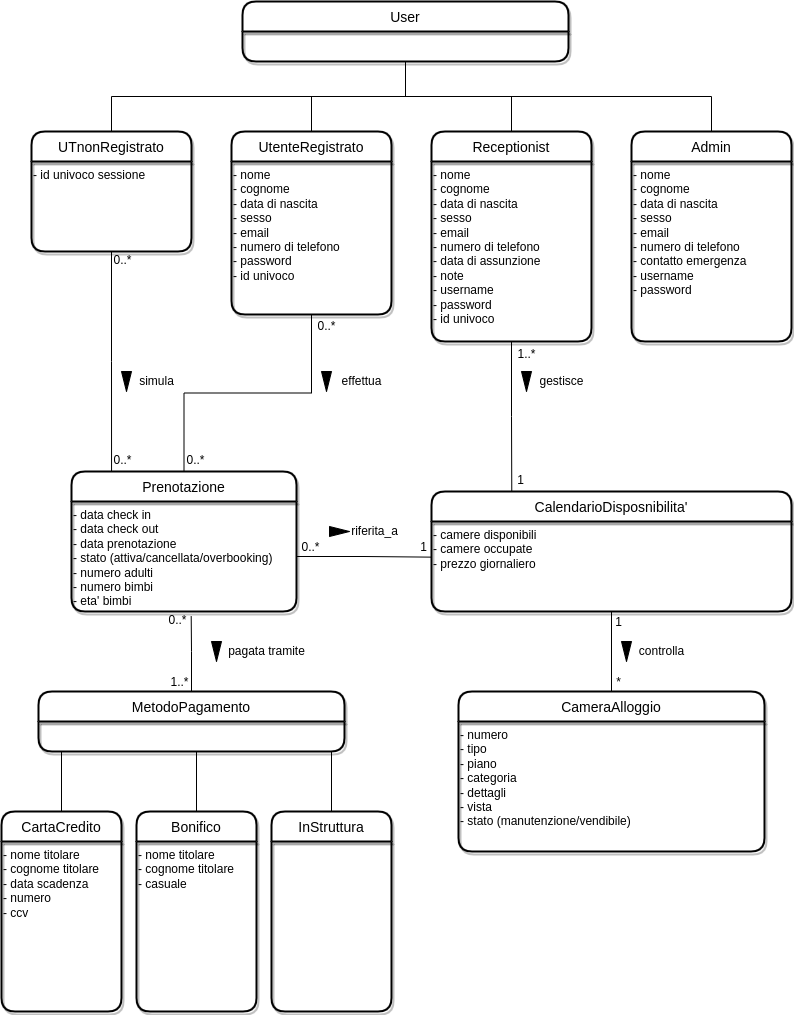
Earlier version of the draw.io export Documentazione/ModelloConcettuale2.drawio.png (riccardobeniamino/ProgWebGruppo3). Source tidied: cells renumbered, new cells last; positions are measured from the earlier drawing's top-left corner, leaving out a move shared by most shapes.
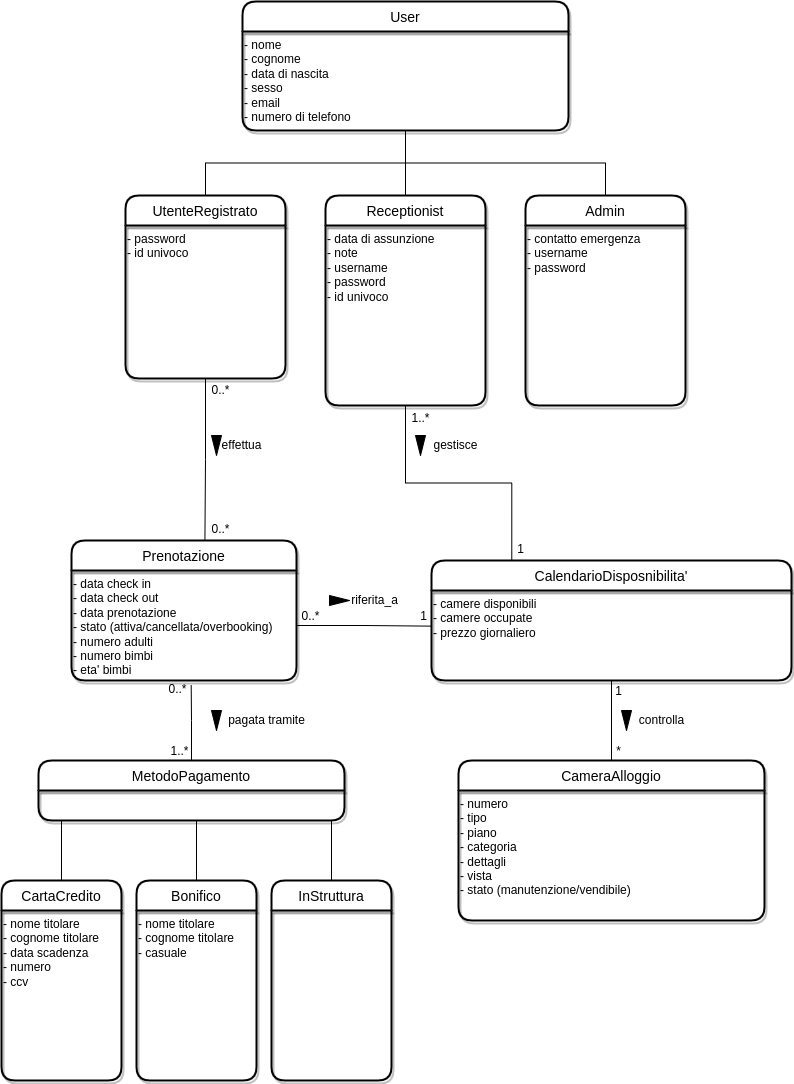
After the change.

Commit message:
Migliorie generali 1

Change to the diagram source:
```diff
@@ -2,43 +2,37 @@
   <root>
     <mxCell id="0" />
     <mxCell id="1" parent="0" />
-    <mxCell id="2" style="edgeStyle=orthogonalEdgeStyle;rounded=0;jettySize=auto;html=1;exitX=0.5;exitY=1;exitDx=0;exitDy=0;entryX=0.5;entryY=0;entryDx=0;entryDy=0;endArrow=none;endFill=0;" parent="1" edge="1" source="3" target="4">
-      <mxGeometry relative="1" as="geometry" />
-    </mxCell>
     <mxCell id="3" value="User" style="swimlane;horizontal=1;startSize=30;rounded=1;fontSize=14;fontStyle=0;strokeWidth=2;shadow=1;dashed=0;align=center;gradientColor=none;" parent="1" vertex="1">
-      <mxGeometry x="241" width="326" height="60" as="geometry" />
+      <mxGeometry x="241" y="-69" width="326" height="129" as="geometry" />
     </mxCell>
-    <mxCell id="4" value="UTnonRegistrato" style="swimlane;horizontal=1;startSize=30;rounded=1;fontSize=14;fontStyle=0;strokeWidth=2;shadow=1;dashed=0;align=center;gradientColor=none;" parent="1" vertex="1">
-      <mxGeometry x="30" y="130" width="160" height="120" as="geometry" />
-    </mxCell>
-    <mxCell id="5" value="- id univoco sessione" style="text;html=1;align=left;verticalAlign=top;points=[];strokeColor=none;fillColor=none;shadow=0;" parent="4" vertex="1">
-      <mxGeometry y="30" width="160" height="90" as="geometry" />
-    </mxCell>
+    <mxCell id="60" value="&lt;span&gt;- nome&lt;/span&gt;&lt;br&gt;&lt;span&gt;- cognome&lt;/span&gt;&lt;br&gt;&lt;span&gt;- data di nascita&lt;/span&gt;&lt;br&gt;&lt;span&gt;- sesso&lt;/span&gt;&lt;br&gt;&lt;span&gt;- email&lt;/span&gt;&lt;br&gt;&lt;span&gt;- numero di telefono&lt;/span&gt;" style="text;html=1;align=left;verticalAlign=top;strokeColor=none;fillColor=none;" parent="3" vertex="1">
+      <mxGeometry y="30" width="326" height="99" as="geometry" />
+    </mxCell>
     <mxCell id="6" style="edgeStyle=orthogonalEdgeStyle;rounded=0;jettySize=auto;html=1;exitX=0.5;exitY=0;exitDx=0;exitDy=0;entryX=0.5;entryY=1;entryDx=0;entryDy=0;endArrow=none;endFill=0;" parent="1" edge="1" source="7" target="3">
       <mxGeometry relative="1" as="geometry" />
     </mxCell>
     <mxCell id="7" value="UtenteRegistrato" style="swimlane;horizontal=1;startSize=30;rounded=1;fontSize=14;fontStyle=0;strokeWidth=2;shadow=1;dashed=0;align=center;gradientColor=none;" parent="1" vertex="1">
-      <mxGeometry x="230" y="130" width="160" height="183" as="geometry" />
+      <mxGeometry x="124" y="125" width="160" height="183" as="geometry" />
     </mxCell>
-    <mxCell id="8" value="- nome&lt;br&gt;- cognome&lt;br&gt;- data di nascita&lt;br&gt;- sesso&lt;br&gt;- email&lt;br&gt;- numero di telefono&lt;br&gt;- password&lt;br&gt;- id univoco&lt;br&gt;&lt;div&gt;&lt;br&gt;&lt;/div&gt;" style="text;html=1;align=left;verticalAlign=top;points=[];strokeColor=none;fillColor=none;" parent="7" vertex="1">
+    <mxCell id="8" value="- password&lt;br&gt;- id univoco&lt;br&gt;&lt;div&gt;&lt;br&gt;&lt;/div&gt;" style="text;html=1;align=left;verticalAlign=top;points=[];strokeColor=none;fillColor=none;" parent="7" vertex="1">
       <mxGeometry y="30" width="160" height="153" as="geometry" />
     </mxCell>
     <mxCell id="9" style="edgeStyle=orthogonalEdgeStyle;rounded=0;jettySize=auto;html=1;exitX=0.5;exitY=0;exitDx=0;exitDy=0;entryX=0.5;entryY=1;entryDx=0;entryDy=0;endArrow=none;endFill=0;" parent="1" edge="1" source="10" target="3">
       <mxGeometry relative="1" as="geometry" />
     </mxCell>
     <mxCell id="10" value="Receptionist" style="swimlane;horizontal=1;startSize=30;rounded=1;fontSize=14;fontStyle=0;strokeWidth=2;shadow=1;dashed=0;align=center;gradientColor=none;" parent="1" vertex="1">
-      <mxGeometry x="430" y="130" width="160" height="210" as="geometry" />
+      <mxGeometry x="324" y="125" width="160" height="210" as="geometry" />
     </mxCell>
-    <mxCell id="11" value="- nome&lt;br&gt;- cognome&lt;br&gt;- data di nascita&lt;br&gt;- sesso&lt;br&gt;- email&lt;br&gt;- numero di telefono&lt;br&gt;- data di assunzione&lt;br&gt;- note&lt;br&gt;- username&lt;br&gt;- password&lt;br&gt;- id univoco" style="text;html=1;align=left;verticalAlign=top;points=[];strokeColor=none;fillColor=none;" parent="10" vertex="1">
+    <mxCell id="11" value="- data di assunzione&lt;br&gt;- note&lt;br&gt;- username&lt;br&gt;- password&lt;br&gt;- id univoco" style="text;html=1;align=left;verticalAlign=top;points=[];strokeColor=none;fillColor=none;" parent="10" vertex="1">
       <mxGeometry y="30" width="160" height="180" as="geometry" />
     </mxCell>
     <mxCell id="12" style="edgeStyle=orthogonalEdgeStyle;rounded=0;jettySize=auto;html=1;exitX=0.5;exitY=0;exitDx=0;exitDy=0;entryX=0.5;entryY=1;entryDx=0;entryDy=0;endArrow=none;endFill=0;" parent="1" edge="1" source="13" target="3">
       <mxGeometry relative="1" as="geometry" />
     </mxCell>
     <mxCell id="13" value="Admin" style="swimlane;horizontal=1;startSize=30;rounded=1;fontSize=14;fontStyle=0;strokeWidth=2;shadow=1;dashed=0;align=center;gradientColor=none;" parent="1" vertex="1">
-      <mxGeometry x="630" y="130" width="160" height="210" as="geometry" />
+      <mxGeometry x="524" y="125" width="160" height="210" as="geometry" />
     </mxCell>
-    <mxCell id="14" value="- nome&lt;br&gt;- cognome&lt;br&gt;- data di nascita&lt;br&gt;- sesso&lt;br&gt;- email&lt;br&gt;- numero di telefono&lt;br&gt;- contatto emergenza&lt;br&gt;- username&lt;br&gt;- password" style="text;html=1;align=left;verticalAlign=top;strokeColor=none;fillColor=none;" parent="13" vertex="1">
+    <mxCell id="14" value="- contatto emergenza&lt;br&gt;- username&lt;br&gt;- password" style="text;html=1;align=left;verticalAlign=top;strokeColor=none;fillColor=none;" parent="13" vertex="1">
       <mxGeometry y="30" width="160" height="180" as="geometry" />
     </mxCell>
     <mxCell id="15" value="CameraAlloggio" style="swimlane;horizontal=1;startSize=30;rounded=1;fontSize=14;fontStyle=0;strokeWidth=2;shadow=1;dashed=0;align=center;gradientColor=none;" parent="1" vertex="1">
@@ -62,24 +56,12 @@
     <mxCell id="21" value="- data check in&lt;br&gt;- data check out&lt;br&gt;- data prenotazione&lt;br&gt;- stato (attiva/cancellata/overbooking)&lt;br&gt;- numero adulti&lt;br&gt;- numero bimbi&lt;br&gt;- eta' bimbi" style="text;html=1;align=left;verticalAlign=top;points=[];strokeColor=none;fillColor=none;" parent="20" vertex="1">
       <mxGeometry y="30" width="225" height="110" as="geometry" />
     </mxCell>
-    <mxCell id="22" style="edgeStyle=orthogonalEdgeStyle;rounded=0;jettySize=auto;html=1;entryX=0.5;entryY=0;entryDx=0;entryDy=0;endArrow=none;endFill=0;" parent="1" edge="1" source="8" target="20">
-      <mxGeometry relative="1" as="geometry" />
-    </mxCell>
     <mxCell id="23" style="triangle;whiteSpace=wrap;html=1;direction=south;fillColor=#000000;" parent="1" vertex="1">
-      <mxGeometry x="320" y="370" width="10" height="20" as="geometry" />
+      <mxGeometry x="210" y="365" width="10" height="20" as="geometry" />
     </mxCell>
     <mxCell id="24" value="effettua" style="text;html=1;align=center;verticalAlign=middle;strokeColor=none;fillColor=none;" parent="1" vertex="1">
-      <mxGeometry x="330" y="370" width="60" height="20" as="geometry" />
+      <mxGeometry x="210" y="365" width="60" height="20" as="geometry" />
     </mxCell>
-    <mxCell id="25" style="triangle;whiteSpace=wrap;html=1;direction=south;fillColor=#000000;" parent="1" vertex="1">
-      <mxGeometry x="120" y="370" width="10" height="20" as="geometry" />
-    </mxCell>
-    <mxCell id="26" value="simula" style="text;html=1;align=center;verticalAlign=middle;strokeColor=none;fillColor=none;" parent="1" vertex="1">
-      <mxGeometry x="130" y="370" width="50" height="20" as="geometry" />
-    </mxCell>
-    <mxCell id="27" style="edgeStyle=orthogonalEdgeStyle;rounded=0;jettySize=auto;html=1;endArrow=none;endFill=0;entryX=0.178;entryY=0;entryDx=0;entryDy=0;entryPerimeter=0;" parent="1" edge="1" source="5" target="20">
-      <mxGeometry relative="1" as="geometry" />
-    </mxCell>
     <mxCell id="28" style="edgeStyle=orthogonalEdgeStyle;rounded=0;jettySize=auto;html=1;exitX=0.5;exitY=0;exitDx=0;exitDy=0;entryX=0.532;entryY=1.044;entryDx=0;entryDy=0;entryPerimeter=0;endArrow=none;endFill=0;" parent="1" edge="1" source="29" target="21">
       <mxGeometry relative="1" as="geometry" />
     </mxCell>
@@ -120,10 +102,10 @@
       <mxGeometry relative="1" as="geometry" />
     </mxCell>
     <mxCell id="39" style="triangle;whiteSpace=wrap;html=1;direction=south;fillColor=#000000;" parent="1" vertex="1">
-      <mxGeometry x="520" y="370" width="10" height="20" as="geometry" />
+      <mxGeometry x="414" y="365" width="10" height="20" as="geometry" />
     </mxCell>
     <mxCell id="40" value="gestisce" style="text;html=1;align=center;verticalAlign=middle;strokeColor=none;fillColor=none;" parent="1" vertex="1">
-      <mxGeometry x="530" y="370" width="60" height="20" as="geometry" />
+      <mxGeometry x="424" y="365" width="60" height="20" as="geometry" />
     </mxCell>
     <mxCell id="41" style="triangle;whiteSpace=wrap;html=1;direction=south;fillColor=#000000;" parent="1" vertex="1">
       <mxGeometry x="210" y="640" width="10" height="20" as="geometry" />
@@ -146,20 +128,14 @@
     <mxCell id="47" style="edgeStyle=orthogonalEdgeStyle;rounded=0;jettySize=auto;html=1;entryX=0.001;entryY=0.396;entryDx=0;entryDy=0;entryPerimeter=0;endArrow=none;endFill=0;" parent="1" edge="1" source="21" target="19">
       <mxGeometry relative="1" as="geometry" />
     </mxCell>
-    <mxCell id="48" value="0..*" style="text;html=1;align=center;verticalAlign=middle;strokeColor=none;fillColor=none;" parent="1" vertex="1">
-      <mxGeometry x="107" y="250" width="28" height="18" as="geometry" />
-    </mxCell>
-    <mxCell id="49" value="0..*" style="text;html=1;align=center;verticalAlign=middle;strokeColor=none;fillColor=none;" parent="1" vertex="1">
-      <mxGeometry x="107" y="450" width="28" height="18" as="geometry" />
-    </mxCell>
     <mxCell id="50" value="0..*" style="text;html=1;align=center;verticalAlign=middle;strokeColor=none;fillColor=none;" parent="1" vertex="1">
-      <mxGeometry x="311" y="316" width="28" height="18" as="geometry" />
+      <mxGeometry x="205" y="311" width="28" height="18" as="geometry" />
     </mxCell>
     <mxCell id="51" value="0..*" style="text;html=1;align=center;verticalAlign=middle;strokeColor=none;fillColor=none;" parent="1" vertex="1">
-      <mxGeometry x="180" y="450" width="28" height="18" as="geometry" />
+      <mxGeometry x="205" y="450" width="28" height="18" as="geometry" />
     </mxCell>
     <mxCell id="52" value="1..*" style="text;html=1;align=center;verticalAlign=middle;strokeColor=none;fillColor=none;" parent="1" vertex="1">
-      <mxGeometry x="511" y="344" width="28" height="18" as="geometry" />
+      <mxGeometry x="405" y="339" width="28" height="18" as="geometry" />
     </mxCell>
     <mxCell id="53" value="1" style="text;html=1;align=center;verticalAlign=middle;strokeColor=none;fillColor=none;" parent="1" vertex="1">
       <mxGeometry x="511" y="470" width="16" height="18" as="geometry" />
@@ -182,5 +158,8 @@
     <mxCell id="59" value="*" style="text;html=1;align=center;verticalAlign=middle;strokeColor=none;fillColor=none;" parent="1" vertex="1">
       <mxGeometry x="609.5" y="672" width="15" height="18" as="geometry" />
     </mxCell>
+    <mxCell id="22" style="edgeStyle=orthogonalEdgeStyle;rounded=0;jettySize=auto;html=1;entryX=0.593;entryY=-0.001;entryDx=0;entryDy=0;entryPerimeter=0;endArrow=none;endFill=0;" parent="1" edge="1" source="8" target="20">
+      <mxGeometry relative="1" as="geometry" />
+    </mxCell>
   </root>
 </mxGraphModel>
```
